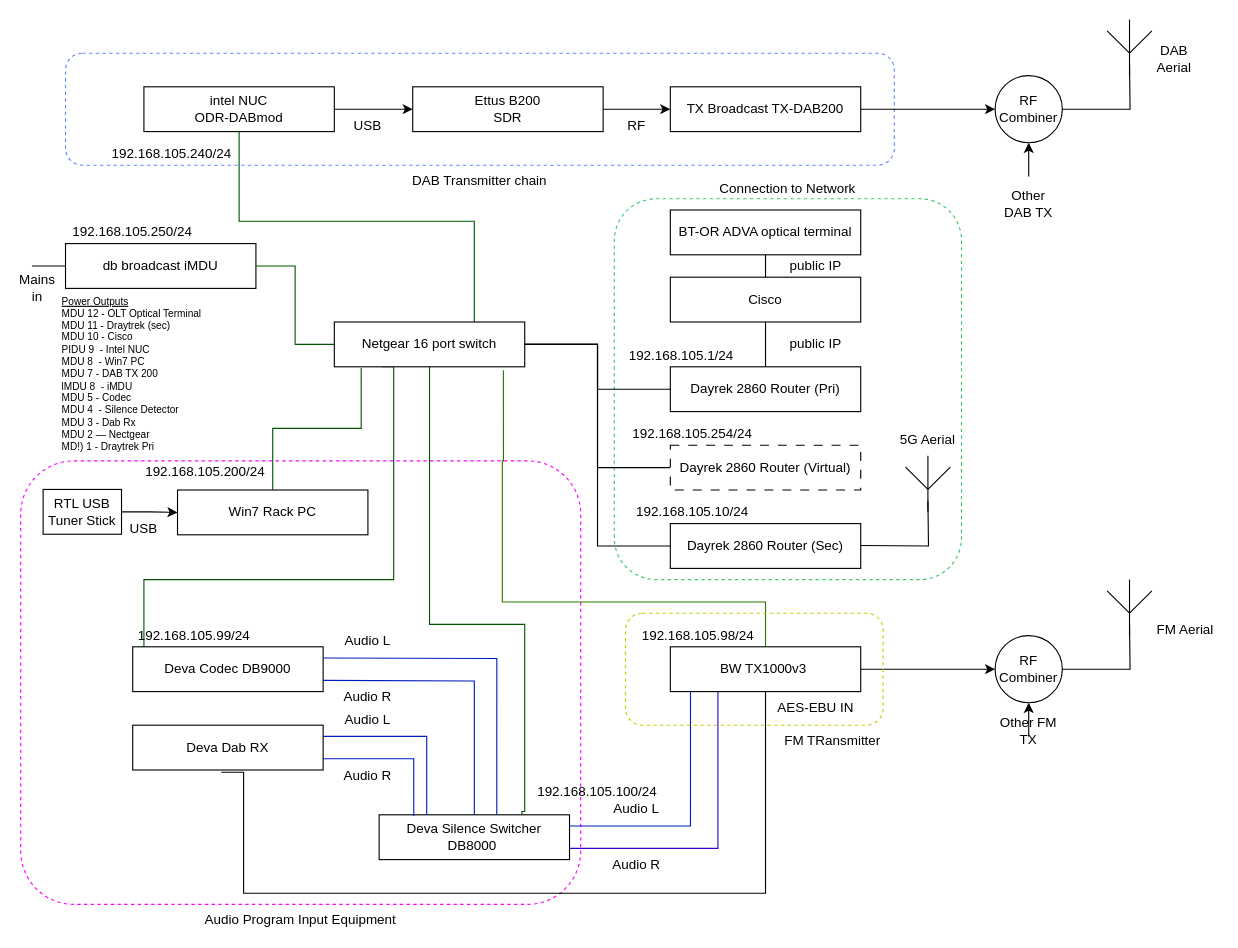
gallenc/kuwaiba-examples-1 keeps this draw.io diagram as kuwaiba-opennms-radio/docs/images/radiosite1.drawio. Above is the earlier version. Source tidied: cells renumbered, new cells numbered last; positions are measured from the earlier drawing's top-left corner, leaving out a move shared by most shapes. Both pictures are drawn from the tidied source at 112%, with x=0, y=0 at pixel (20, 19).
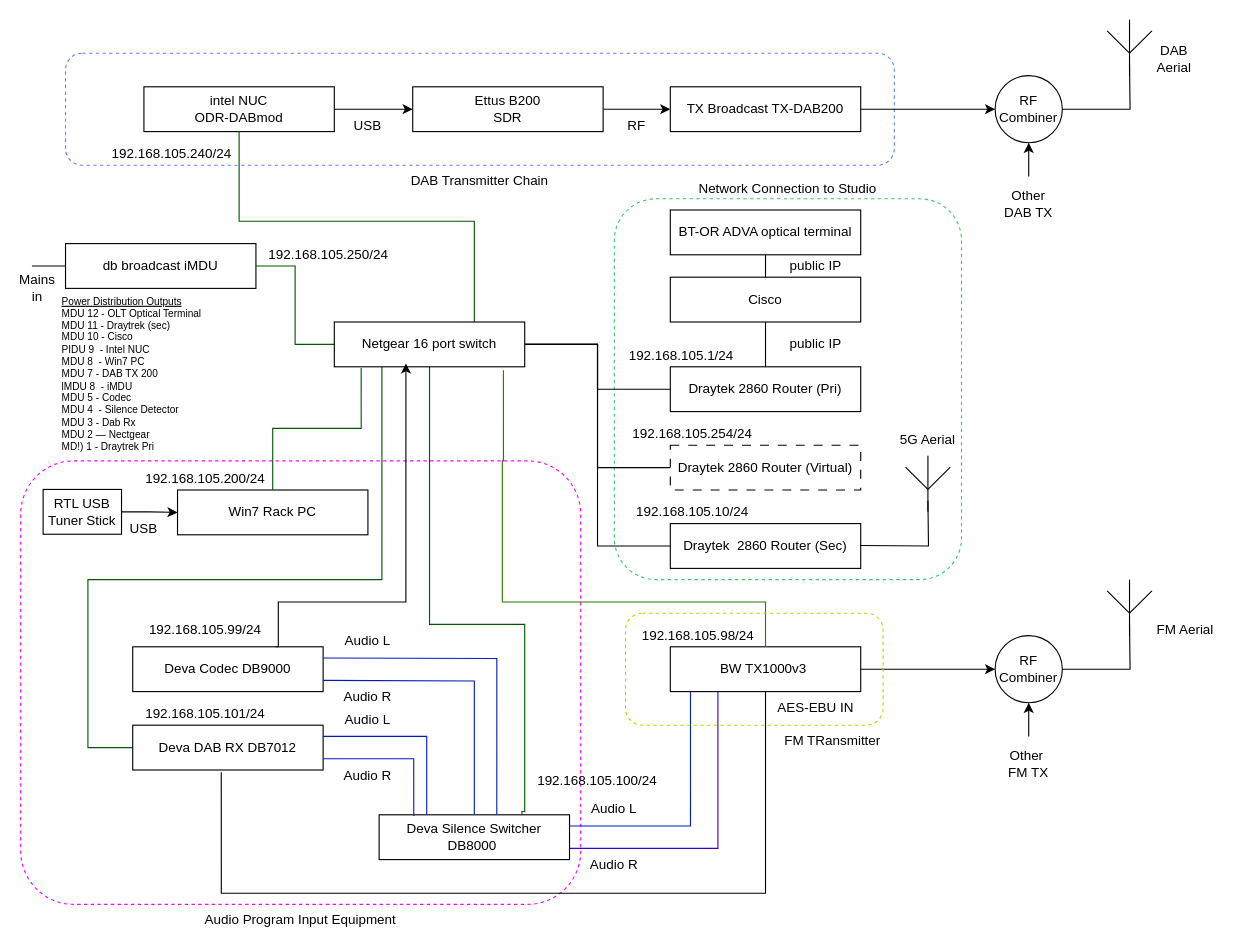
After the change.

The change refers to these unchanged cells:
```xml
<mxCell id="29" value="Netgear 16 port switch" style="rounded=0;whiteSpace=wrap;html=1;" parent="1" vertex="1">
  <mxGeometry x="280" y="270" width="170" height="40" as="geometry" />
</mxCell>
<mxCell id="30" value="Deva Codec DB9000" style="rounded=0;whiteSpace=wrap;html=1;" parent="1" vertex="1">
  <mxGeometry x="100" y="560" width="170" height="40" as="geometry" />
</mxCell>
<mxCell id="46" value="BW TX1000v3&amp;nbsp;" style="rounded=0;whiteSpace=wrap;html=1;" parent="1" vertex="1">
  <mxGeometry x="580" y="560" width="170" height="40" as="geometry" />
</mxCell>
```

Change to the diagram source:
```diff
@@
-    <mxCell id="2" value="Connection to Network" style="rounded=1;whiteSpace=wrap;html=1;dashed=1;fillColor=none;labelPosition=center;verticalLabelPosition=top;align=center;verticalAlign=bottom;arcSize=12;strokeColor=light-dark(#3bc966, #ededed);" parent="1" vertex="1">
+    <mxCell id="2" value="Network Connection to Studio" style="rounded=1;whiteSpace=wrap;html=1;dashed=1;fillColor=none;labelPosition=center;verticalLabelPosition=top;align=center;verticalAlign=bottom;arcSize=12;strokeColor=light-dark(#3bc966, #ededed);" parent="1" vertex="1">
       <mxGeometry x="530" y="160" width="310" height="340" as="geometry" />
     </mxCell>
@@
-    <mxCell id="4" value="DAB Transmitter chain" style="rounded=1;whiteSpace=wrap;html=1;dashed=1;fillColor=none;labelPosition=center;verticalLabelPosition=bottom;align=center;verticalAlign=top;strokeColor=#5F84FF;" parent="1" vertex="1">
+    <mxCell id="4" value="DAB Transmitter Chain" style="rounded=1;whiteSpace=wrap;html=1;dashed=1;fillColor=none;labelPosition=center;verticalLabelPosition=bottom;align=center;verticalAlign=top;strokeColor=#5F84FF;" parent="1" vertex="1">
       <mxGeometry x="40" y="30" width="740" height="100" as="geometry" />
     </mxCell>
@@
-    <mxCell id="19" value="Dayrek 2860 Router (Pri)" style="rounded=0;whiteSpace=wrap;html=1;" parent="1" vertex="1">
+    <mxCell id="19" value="Draytek 2860 Router (Pri)" style="rounded=0;whiteSpace=wrap;html=1;" parent="1" vertex="1">
       <mxGeometry x="580" y="310" width="170" height="40" as="geometry" />
     </mxCell>
@@
-    <mxCell id="21" value="Dayrek 2860 Router (Sec)" style="rounded=0;whiteSpace=wrap;html=1;" parent="1" vertex="1">
+    <mxCell id="21" value="Draytek&amp;nbsp;&amp;nbsp;2860 Router (Sec)" style="rounded=0;whiteSpace=wrap;html=1;" parent="1" vertex="1">
       <mxGeometry x="580" y="450" width="170" height="40" as="geometry" />
     </mxCell>
@@
-    <mxCell id="23" value="Dayrek 2860 Router (Virtual)" style="rounded=0;whiteSpace=wrap;html=1;dashed=1;dashPattern=8 8;" parent="1" vertex="1">
+    <mxCell id="23" value="Draytek&amp;nbsp;2860 Router (Virtual)" style="rounded=0;whiteSpace=wrap;html=1;dashed=1;dashPattern=8 8;" parent="1" vertex="1">
       <mxGeometry x="580" y="380" width="170" height="40" as="geometry" />
     </mxCell>
@@
-    <mxCell id="27" style="edgeStyle=orthogonalEdgeStyle;rounded=0;jettySize=auto;html=1;exitX=0.25;exitY=1;exitDx=0;exitDy=0;entryX=0;entryY=0.5;entryDx=0;entryDy=0;endArrow=none;startFill=0;fillColor=#008a00;strokeColor=#005700;" parent="1" edge="1" source="29" target="30">
+    <mxCell id="27" style="edgeStyle=orthogonalEdgeStyle;rounded=0;jettySize=auto;html=1;exitX=0.25;exitY=1;exitDx=0;exitDy=0;entryX=0;entryY=0.5;entryDx=0;entryDy=0;endArrow=none;startFill=0;fillColor=#008a00;strokeColor=#005700;" parent="1" edge="1" source="29" target="35">
       <mxGeometry relative="1" as="geometry">
         <Array as="points">
-          <mxPoint x="333" y="500" />
-          <mxPoint x="110" y="500" />
-          <mxPoint x="110" y="580" />
+          <mxPoint x="323" y="500" />
+          <mxPoint x="60" y="500" />
+          <mxPoint x="60" y="650" />
         </Array>
       </mxGeometry>
     </mxCell>
@@
     <mxCell id="33" style="edgeStyle=orthogonalEdgeStyle;rounded=0;jettySize=auto;html=1;entryX=0.5;entryY=1;entryDx=0;entryDy=0;exitX=0.465;exitY=1.05;exitDx=0;exitDy=0;exitPerimeter=0;endArrow=none;startFill=0;" parent="1" edge="1" source="35" target="46">
       <mxGeometry relative="1" as="geometry">
         <Array as="points">
-          <mxPoint x="199" y="780" />
+          <mxPoint x="179" y="780" />
           <mxPoint x="665" y="780" />
         </Array>
       </mxGeometry>
     </mxCell>
@@
-    <mxCell id="35" value="Deva Dab RX" style="rounded=0;whiteSpace=wrap;html=1;" parent="1" vertex="1">
+    <mxCell id="35" value="Deva DAB RX DB7012" style="rounded=0;whiteSpace=wrap;html=1;" parent="1" vertex="1">
       <mxGeometry x="100" y="630" width="170" height="40" as="geometry" />
     </mxCell>
@@
-    <mxCell id="53" value="Other FM TX" style="text;html=1;align=center;verticalAlign=middle;whiteSpace=wrap;rounded=0;" parent="1" vertex="1">
-      <mxGeometry x="870" y="620" width="60" height="30" as="geometry" />
+    <mxCell id="53" value="Other&amp;nbsp;&lt;div&gt;FM TX&lt;/div&gt;" style="text;html=1;align=center;verticalAlign=middle;whiteSpace=wrap;rounded=0;" parent="1" vertex="1">
+      <mxGeometry x="870" y="650" width="60" height="30" as="geometry" />
     </mxCell>
@@
-    <mxCell id="63" value="&lt;div&gt;&lt;u&gt;Power Outputs&lt;/u&gt;&lt;/div&gt;&lt;div&gt;MDU 12 - OLT Optical Terminal&lt;/div&gt;&lt;div&gt;MDU 11 - Draytrek (sec)&lt;/div&gt;&lt;div&gt;MDU 10 - Cisco&lt;/div&gt;&lt;div&gt;PIDU 9&amp;nbsp; - Intel NUC&lt;/div&gt;&lt;div&gt;MDU 8&amp;nbsp; - Win7 PC&lt;/div&gt;&lt;div&gt;MDU 7 - DAB TX 200&lt;/div&gt;&lt;div&gt;&lt;p style=&quot;margin: 0px;&quot;&gt;lMDU 8&amp;nbsp; - iMDU&lt;/p&gt;&lt;p style=&quot;margin: 0px;&quot;&gt;MDU 5 - Codec&lt;/p&gt;&lt;p style=&quot;margin: 0px;&quot;&gt;MDU 4&amp;nbsp; - Silence Detector&lt;/p&gt;&lt;p style=&quot;margin: 0px;&quot;&gt;MDU 3 - Dab Rx&lt;/p&gt;&lt;p style=&quot;margin: 0px;&quot;&gt;MDU 2 — Nectgear&lt;/p&gt;&lt;p style=&quot;margin: 0px;&quot;&gt;MD!) 1 -&amp;nbsp;&lt;span style=&quot;background-color: transparent; color: light-dark(rgb(0, 0, 0), rgb(255, 255, 255));&quot;&gt;Draytrek Pri&lt;/span&gt;&lt;/p&gt;&lt;p style=&quot;margin: 0px;&quot;&gt;&lt;br&gt;&lt;/p&gt;&lt;/div&gt;" style="text;html=1;align=left;verticalAlign=top;whiteSpace=wrap;rounded=0;fontSize=9;" parent="1" vertex="1">
+    <mxCell id="63" value="&lt;div&gt;&lt;u&gt;Power Distribution Outputs&lt;/u&gt;&lt;/div&gt;&lt;div&gt;MDU 12 - OLT Optical Terminal&lt;/div&gt;&lt;div&gt;MDU 11 - Draytrek (sec)&lt;/div&gt;&lt;div&gt;MDU 10 - Cisco&lt;/div&gt;&lt;div&gt;PIDU 9&amp;nbsp; - Intel NUC&lt;/div&gt;&lt;div&gt;MDU 8&amp;nbsp; - Win7 PC&lt;/div&gt;&lt;div&gt;MDU 7 - DAB TX 200&lt;/div&gt;&lt;div&gt;&lt;p style=&quot;margin: 0px;&quot;&gt;lMDU 8&amp;nbsp; - iMDU&lt;/p&gt;&lt;p style=&quot;margin: 0px;&quot;&gt;MDU 5 - Codec&lt;/p&gt;&lt;p style=&quot;margin: 0px;&quot;&gt;MDU 4&amp;nbsp; - Silence Detector&lt;/p&gt;&lt;p style=&quot;margin: 0px;&quot;&gt;MDU 3 - Dab Rx&lt;/p&gt;&lt;p style=&quot;margin: 0px;&quot;&gt;MDU 2 — Nectgear&lt;/p&gt;&lt;p style=&quot;margin: 0px;&quot;&gt;MD!) 1 -&amp;nbsp;&lt;span style=&quot;background-color: transparent; color: light-dark(rgb(0, 0, 0), rgb(255, 255, 255));&quot;&gt;Draytrek Pri&lt;/span&gt;&lt;/p&gt;&lt;p style=&quot;margin: 0px;&quot;&gt;&lt;br&gt;&lt;/p&gt;&lt;/div&gt;" style="text;html=1;align=left;verticalAlign=top;whiteSpace=wrap;rounded=0;fontSize=9;" parent="1" vertex="1">
       <mxGeometry x="35" y="240" width="200" height="140" as="geometry" />
     </mxCell>
     <mxCell id="64" value="Audio L" style="text;html=1;align=center;verticalAlign=middle;whiteSpace=wrap;rounded=0;" parent="1" vertex="1">
-      <mxGeometry x="520" y="690" width="60" height="30" as="geometry" />
+      <mxGeometry x="500" y="690" width="60" height="30" as="geometry" />
     </mxCell>
     <mxCell id="65" value="Audio R" style="text;html=1;align=center;verticalAlign=middle;whiteSpace=wrap;rounded=0;" parent="1" vertex="1">
-      <mxGeometry x="520" y="740" width="60" height="30" as="geometry" />
+      <mxGeometry x="500" y="740" width="60" height="30" as="geometry" />
     </mxCell>
@@
     <mxCell id="78" value="192.168.105.100/24" style="text;html=1;align=center;verticalAlign=middle;whiteSpace=wrap;rounded=0;fontSize=12;" parent="1" vertex="1">
-      <mxGeometry x="460" y="680" width="110" height="20" as="geometry" />
+      <mxGeometry x="460" y="670" width="110" height="20" as="geometry" />
     </mxCell>
     <mxCell id="79" value="192.168.105.99/24" style="text;html=1;align=center;verticalAlign=middle;whiteSpace=wrap;rounded=0;fontSize=12;" parent="1" vertex="1">
-      <mxGeometry x="100" y="540" width="110" height="20" as="geometry" />
+      <mxGeometry x="110" y="535" width="110" height="20" as="geometry" />
     </mxCell>
     <mxCell id="80" value="192.168.105.250/24" style="text;html=1;align=center;verticalAlign=middle;whiteSpace=wrap;rounded=0;fontSize=12;" parent="1" vertex="1">
-      <mxGeometry x="45" y="180" width="110" height="20" as="geometry" />
+      <mxGeometry x="220" y="200" width="110" height="20" as="geometry" />
     </mxCell>
     <mxCell id="81" value="192.168.105.200/24" style="text;html=1;align=center;verticalAlign=middle;whiteSpace=wrap;rounded=0;fontSize=12;" parent="1" vertex="1">
-      <mxGeometry x="110" y="394" width="110" height="20" as="geometry" />
+      <mxGeometry x="110" y="400" width="110" height="20" as="geometry" />
     </mxCell>
@@
+    <mxCell id="91" style="edgeStyle=orthogonalEdgeStyle;rounded=0;jettySize=auto;html=1;exitX=0.75;exitY=0;exitDx=0;exitDy=0;entryX=0.376;entryY=0.925;entryDx=0;entryDy=0;entryPerimeter=0;" parent="1" edge="1" source="30" target="29">
+      <mxGeometry relative="1" as="geometry">
+        <Array as="points">
+          <mxPoint x="230" y="560" />
+          <mxPoint x="230" y="520" />
+          <mxPoint x="344" y="520" />
+        </Array>
+      </mxGeometry>
+    </mxCell>
+    <mxCell id="92" value="192.168.105.101&lt;span style=&quot;background-color: transparent; color: light-dark(rgb(0, 0, 0), rgb(255, 255, 255));&quot;&gt;/24&lt;/span&gt;" style="text;html=1;align=center;verticalAlign=middle;whiteSpace=wrap;rounded=0;fontSize=12;" parent="1" vertex="1">
+      <mxGeometry x="85" y="610" width="160" height="20" as="geometry" />
+    </mxCell>
```
